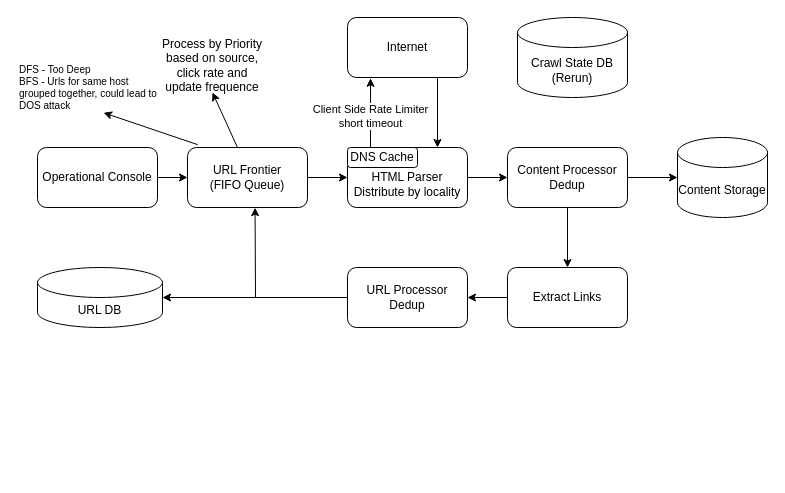
The draw.io diagram 6_WebCrawler.drawio in xwq172677170/SysdDiagram, before the edit. Source tidied: cells renumbered, new cells numbered last; positions are measured from the earlier drawing's top-left corner, leaving out a move shared by most shapes. Both pictures are drawn from the tidied source at 100%, with x=0, y=0 at pixel (17, 17).
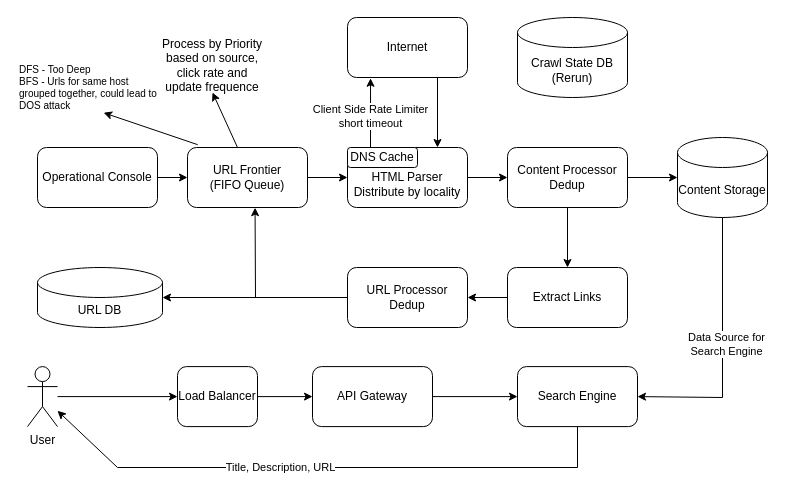
The same diagram, later.

Unchanged cells that the change refers to:
```xml
<mxCell id="8" value="Content Storage" style="shape=cylinder3;whiteSpace=wrap;html=1;boundedLbl=1;backgroundOutline=1;size=15;" parent="1" vertex="1">
  <mxGeometry x="660" y="120" width="90" height="80" as="geometry" />
</mxCell>
```

Change to the diagram source:
```diff
@@
+    <mxCell id="29" style="endArrow=classic;html=1;rounded=0;exitX=0.5;exitY=1;exitDx=0;exitDy=0;exitPerimeter=0;entryX=1;entryY=0.5;entryDx=0;entryDy=0;" parent="1" edge="1" source="8" target="37">
+      <mxGeometry relative="1" as="geometry">
+        <Array as="points">
+          <mxPoint x="705" y="380" />
+        </Array>
+      </mxGeometry>
+    </mxCell>
+    <mxCell id="30" value="Data Source for &lt;br&gt;Search Engine" style="edgeLabel;html=1;align=center;verticalAlign=middle;" parent="29" vertex="1">
+      <mxGeometry x="-0.05" y="3" relative="1" as="geometry" />
+    </mxCell>
+    <mxCell id="31" value="User" style="shape=umlActor;verticalLabelPosition=bottom;verticalAlign=top;html=1;outlineConnect=0;" parent="1" vertex="1">
+      <mxGeometry x="10" y="349.1" width="30" height="60" as="geometry" />
+    </mxCell>
+    <mxCell id="32" style="endArrow=classic;html=1;rounded=0;" parent="1" edge="1" source="31">
+      <mxGeometry relative="1" as="geometry">
+        <mxPoint x="160" y="379.1" as="targetPoint" />
+      </mxGeometry>
+    </mxCell>
+    <mxCell id="33" value="Load Balancer" style="rounded=1;whiteSpace=wrap;html=1;" parent="1" vertex="1">
+      <mxGeometry x="160" y="349.1" width="80" height="60" as="geometry" />
+    </mxCell>
+    <mxCell id="34" style="endArrow=classic;html=1;rounded=0;exitX=1;exitY=0.5;exitDx=0;exitDy=0;entryX=0;entryY=0.5;entryDx=0;entryDy=0;" parent="1" edge="1" source="33" target="35">
+      <mxGeometry relative="1" as="geometry" />
+    </mxCell>
+    <mxCell id="35" value="API Gateway" style="rounded=1;whiteSpace=wrap;html=1;" parent="1" vertex="1">
+      <mxGeometry x="295" y="349.1" width="120" height="60" as="geometry" />
+    </mxCell>
+    <mxCell id="36" style="endArrow=classic;html=1;rounded=0;exitX=1;exitY=0.5;exitDx=0;exitDy=0;" parent="1" edge="1" source="35">
+      <mxGeometry relative="1" as="geometry">
+        <mxPoint x="500" y="379.1" as="targetPoint" />
+      </mxGeometry>
+    </mxCell>
+    <mxCell id="37" value="Search Engine" style="rounded=1;whiteSpace=wrap;html=1;" parent="1" vertex="1">
+      <mxGeometry x="500" y="349.1" width="120" height="60" as="geometry" />
+    </mxCell>
+    <mxCell id="38" style="endArrow=classic;html=1;rounded=0;exitX=0.5;exitY=1;exitDx=0;exitDy=0;" parent="1" edge="1" source="37" target="31">
+      <mxGeometry relative="1" as="geometry">
+        <Array as="points">
+          <mxPoint x="560" y="450" />
+          <mxPoint x="100" y="450" />
+        </Array>
+      </mxGeometry>
+    </mxCell>
+    <mxCell id="39" value="Title, Description, URL" style="edgeLabel;html=1;align=center;verticalAlign=middle;" parent="38" vertex="1">
+      <mxGeometry x="0.16" y="-1" relative="1" as="geometry" />
+    </mxCell>
```
